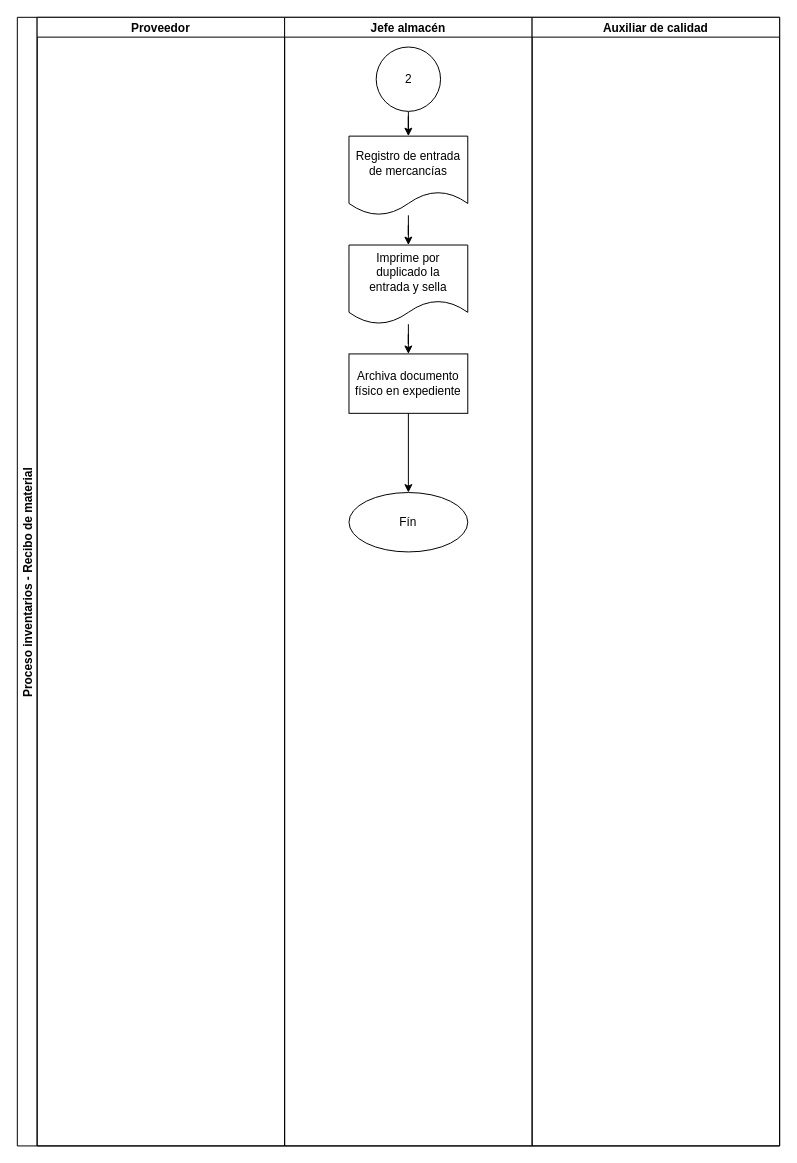
This is page "Page-2" (2 of 2) of 172285_Arandia_Recibo de material (adaptado).drawio from FerAran/Flowchart, a draw.io file, before an edit. Source tidied: cells renumbered, new cells numbered last; positions are measured from the earlier drawing's top-left corner, leaving out a move shared by most shapes. Both pictures are drawn from the tidied source at 99%, with x=0, y=0 at pixel (17, 17). Pictures stored in the file or linked from it are replaced by grey dashed boxes.
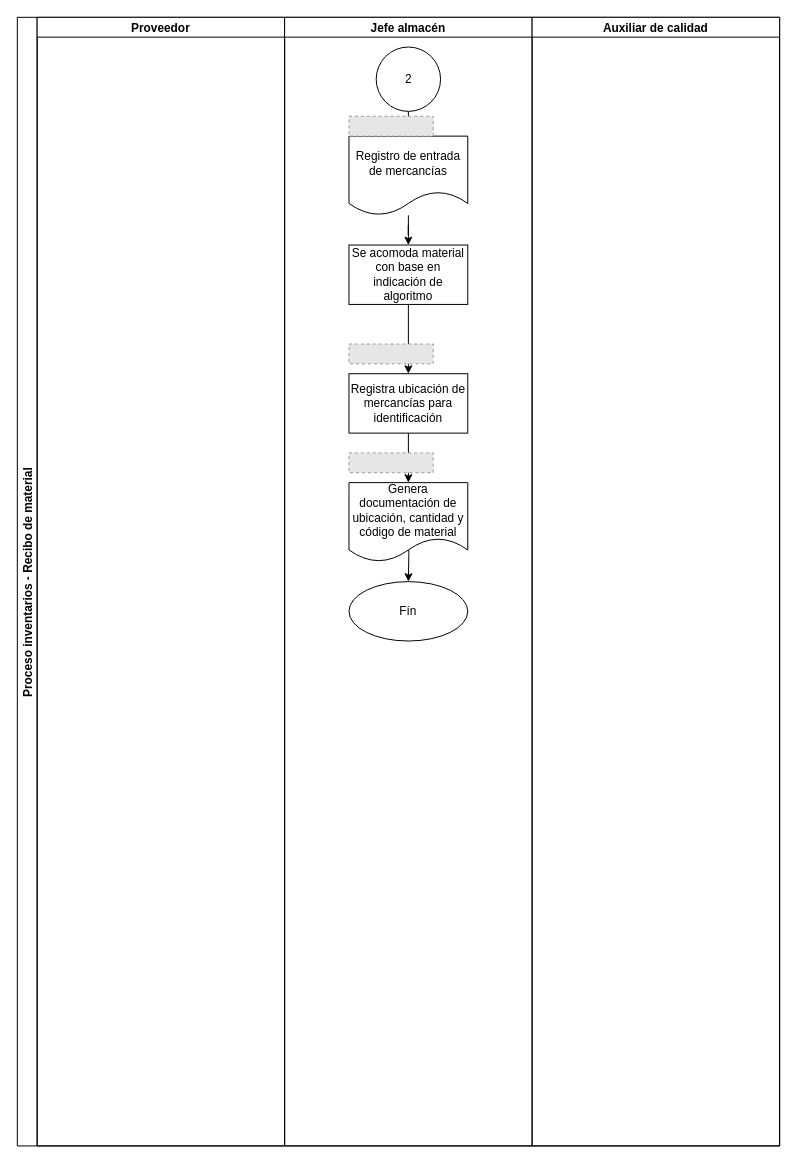
The same diagram, later.

The change refers to these unchanged cells:
```xml
<mxCell id="2" value="Proceso inventarios - Recibo de material" style="swimlane;startSize=20;horizontal=0;" parent="1" vertex="1">
  <mxGeometry width="770" height="1140" as="geometry" />
</mxCell>
<mxCell id="4" value="Jefe almacén" style="swimlane;startSize=20;" parent="2" vertex="1">
  <mxGeometry x="270" width="250" height="1140" as="geometry" />
</mxCell>
<mxCell id="5" value="Registro de entrada de mercancías" style="shape=document;whiteSpace=wrap;html=1;boundedLbl=1;" parent="4" vertex="1">
  <mxGeometry x="65" y="120" width="120" height="80" as="geometry" />
</mxCell>
```

What changed in the source:
```diff
@@
-    <mxCell id="8" value="Imprime por duplicado la&lt;br&gt;entrada y sella" style="shape=document;whiteSpace=wrap;html=1;boundedLbl=1;" parent="4" vertex="1">
-      <mxGeometry x="65" y="230" width="120" height="80" as="geometry" />
-    </mxCell>
-    <mxCell id="9" style="edgeStyle=orthogonalEdgeStyle;rounded=0;jettySize=auto;html=1;" parent="4" edge="1" source="5" target="8">
-      <mxGeometry relative="1" as="geometry" />
-    </mxCell>
-    <mxCell id="10" value="Archiva documento físico en expediente" style="whiteSpace=wrap;html=1;" parent="4" vertex="1">
-      <mxGeometry x="65" y="340" width="120" height="60" as="geometry" />
-    </mxCell>
-    <mxCell id="11" style="edgeStyle=orthogonalEdgeStyle;rounded=0;jettySize=auto;html=1;" parent="4" edge="1" source="8" target="10">
-      <mxGeometry relative="1" as="geometry" />
-    </mxCell>
-    <mxCell id="12" value="Auxiliar de calidad" style="swimlane;startSize=20;" parent="2" vertex="1">
-      <mxGeometry x="520" width="250" height="1140" as="geometry" />
-    </mxCell>
+    <mxCell id="15" style="fillColor=#E6E6E6;strokeColor=#999999;dashed=1;verticalLabelPosition=bottom;labelBackgroundColor=default;verticalAlign=top;" parent="4" vertex="1">
+      <mxGeometry x="65" y="100" width="85.1" height="20" as="geometry" />
+    </mxCell>
+    <mxCell id="16" style="edgeStyle=orthogonalEdgeStyle;rounded=0;jettySize=auto;html=1;entryX=0.5;entryY=0;entryDx=0;entryDy=0;" parent="4" edge="1" source="17" target="22">
+      <mxGeometry relative="1" as="geometry" />
+    </mxCell>
+    <mxCell id="17" value="Se acomoda material con base en indicación de algoritmo" style="whiteSpace=wrap;html=1;" parent="4" vertex="1">
+      <mxGeometry x="65" y="230" width="120" height="60" as="geometry" />
+    </mxCell>
+    <mxCell id="18" style="edgeStyle=orthogonalEdgeStyle;rounded=0;jettySize=auto;html=1;" parent="4" edge="1" source="5" target="17">
+      <mxGeometry relative="1" as="geometry" />
+    </mxCell>
-    <mxCell id="13" value="Fín" style="ellipse;whiteSpace=wrap;html=1;" parent="1" vertex="1">
-      <mxGeometry x="335" y="480" width="120" height="60" as="geometry" />
+    <mxCell id="13" value="Fín" style="ellipse;whiteSpace=wrap;html=1;" parent="4" vertex="1">
+      <mxGeometry x="65" y="570" width="120" height="60" as="geometry" />
     </mxCell>
-    <mxCell id="14" style="edgeStyle=orthogonalEdgeStyle;rounded=0;jettySize=auto;html=1;" parent="1" edge="1" source="10" target="13">
-      <mxGeometry relative="1" as="geometry" />
+    <mxCell id="14" style="edgeStyle=orthogonalEdgeStyle;rounded=0;jettySize=auto;html=1;" parent="4" edge="1" target="13">
+      <mxGeometry relative="1" as="geometry">
+        <mxPoint x="125" y="510" as="sourcePoint" />
+      </mxGeometry>
     </mxCell>
+    <mxCell id="19" value="Genera documentación de ubicación, cantidad y código de material" style="shape=document;whiteSpace=wrap;html=1;boundedLbl=1;" parent="4" vertex="1">
+      <mxGeometry x="65" y="470" width="120" height="80" as="geometry" />
+    </mxCell>
+    <mxCell id="20" style="fillColor=#E6E6E6;strokeColor=#999999;dashed=1;verticalLabelPosition=bottom;labelBackgroundColor=default;verticalAlign=top;" parent="4" vertex="1">
+      <mxGeometry x="65" y="330" width="85.1" height="20" as="geometry" />
+    </mxCell>
+    <mxCell id="21" style="edgeStyle=orthogonalEdgeStyle;rounded=0;jettySize=auto;html=1;" parent="4" edge="1" source="22" target="19">
+      <mxGeometry relative="1" as="geometry" />
+    </mxCell>
+    <mxCell id="22" value="Registra ubicación de mercancías para identificación" style="whiteSpace=wrap;html=1;" parent="4" vertex="1">
+      <mxGeometry x="65" y="360" width="120" height="60" as="geometry" />
+    </mxCell>
+    <mxCell id="23" style="fillColor=#E6E6E6;strokeColor=#999999;dashed=1;verticalLabelPosition=bottom;labelBackgroundColor=default;verticalAlign=top;" parent="4" vertex="1">
+      <mxGeometry x="65" y="440" width="85.1" height="20" as="geometry" />
+    </mxCell>
+    <mxCell id="12" value="Auxiliar de calidad" style="swimlane;startSize=20;" parent="2" vertex="1">
+      <mxGeometry x="520" width="250" height="1140" as="geometry" />
+    </mxCell>
```
